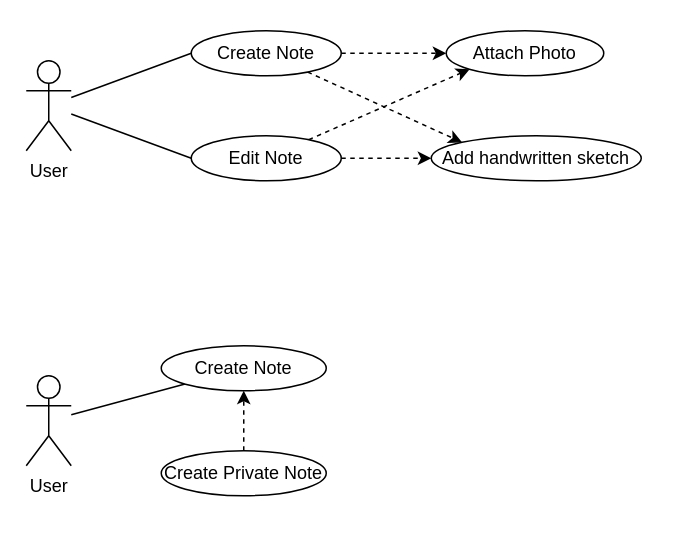
The draw.io diagram general/Use Case Diagram.drawio in SenthilKrishnan/Design, before the edit. Source tidied: cells renumbered, new cells numbered last; positions are measured from the earlier drawing's top-left corner, leaving out a move shared by most shapes. Both pictures are drawn from the tidied source at 150%, with x=0, y=0 at pixel (26, 30).
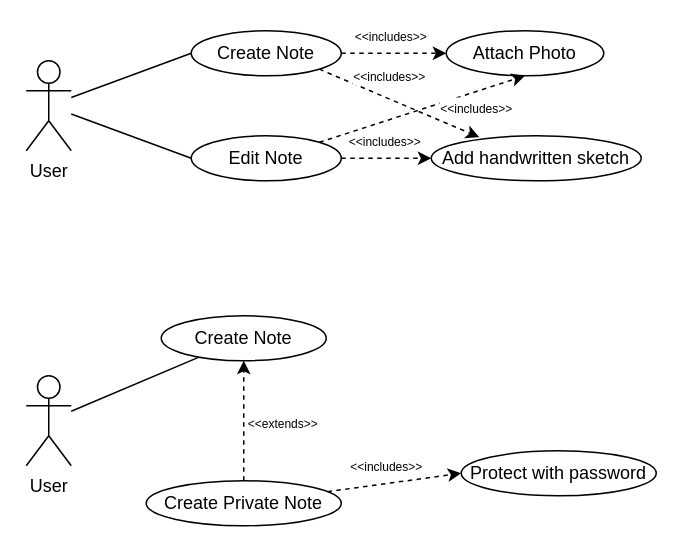
After the change.

Unchanged cells that the change refers to:
```xml
<mxCell id="7" value="Create Note" style="ellipse;whiteSpace=wrap;html=1;" parent="1" vertex="1">
  <mxGeometry x="110" width="100" height="30" as="geometry" />
</mxCell>
<mxCell id="10" value="Edit Note" style="ellipse;whiteSpace=wrap;html=1;" parent="1" vertex="1">
  <mxGeometry x="110" y="70" width="100" height="30" as="geometry" />
</mxCell>
<mxCell id="11" value="Attach Photo" style="ellipse;whiteSpace=wrap;html=1;" parent="1" vertex="1">
  <mxGeometry x="280" width="105" height="30" as="geometry" />
</mxCell>
<mxCell id="12" value="Add handwritten sketch" style="ellipse;whiteSpace=wrap;html=1;" parent="1" vertex="1">
  <mxGeometry x="270" y="70" width="140" height="30" as="geometry" />
</mxCell>
```

Diff of the diagram source:
```diff
@@
-    <mxCell id="5" style="edgeStyle=none;rounded=0;jettySize=auto;html=1;entryX=0;entryY=0;entryDx=0;entryDy=0;dashed=1;" parent="1" edge="1" source="7" target="12">
-      <mxGeometry relative="1" as="geometry" />
-    </mxCell>
-    <mxCell id="6" style="edgeStyle=none;rounded=0;jettySize=auto;html=1;dashed=1;startArrow=none;startFill=0;endArrow=classic;endFill=1;" parent="1" edge="1" source="7" target="11">
-      <mxGeometry relative="1" as="geometry" />
-    </mxCell>
@@
-    <mxCell id="8" style="edgeStyle=none;rounded=0;jettySize=auto;html=1;dashed=1;" parent="1" edge="1" source="10" target="12">
-      <mxGeometry relative="1" as="geometry" />
-    </mxCell>
-    <mxCell id="9" style="edgeStyle=none;rounded=0;jettySize=auto;html=1;entryX=0;entryY=1;entryDx=0;entryDy=0;dashed=1;" parent="1" edge="1" source="10" target="11">
-      <mxGeometry relative="1" as="geometry" />
-    </mxCell>
@@
     <mxCell id="15" value="Create Note" style="ellipse;whiteSpace=wrap;html=1;" parent="1" vertex="1">
-      <mxGeometry x="90" y="210" width="110" height="30" as="geometry" />
+      <mxGeometry x="90" y="190" width="110" height="30" as="geometry" />
     </mxCell>
+    <mxCell id="18" style="edgeStyle=none;rounded=0;jettySize=auto;html=1;entryX=0;entryY=0.5;entryDx=0;entryDy=0;startArrow=none;startFill=0;endArrow=classic;endFill=1;dashed=1;" parent="1" edge="1" source="17" target="20">
+      <mxGeometry relative="1" as="geometry" />
+    </mxCell>
+    <mxCell id="19" value="&lt;font style=&quot;font-size: 8px&quot;&gt;&amp;lt;&amp;lt;includes&amp;gt;&amp;gt;&lt;/font&gt;" style="edgeLabel;html=1;align=center;verticalAlign=middle;" parent="18" vertex="1">
+      <mxGeometry x="-0.26" relative="1" as="geometry">
+        <mxPoint x="6.5" y="-12.8" as="offset" />
+      </mxGeometry>
+    </mxCell>
+    <mxCell id="17" value="Create Private Note" style="ellipse;whiteSpace=wrap;html=1;" parent="1" vertex="1">
+      <mxGeometry x="80" y="300" width="130" height="30" as="geometry" />
+    </mxCell>
+    <mxCell id="20" value="Protect with password" style="ellipse;whiteSpace=wrap;html=1;" parent="1" vertex="1">
+      <mxGeometry x="290" y="280" width="130" height="30" as="geometry" />
+    </mxCell>
+    <mxCell id="6" style="edgeStyle=none;rounded=0;jettySize=auto;html=1;entryX=0;entryY=0.5;entryDx=0;entryDy=0;startArrow=none;startFill=0;endArrow=classic;endFill=1;dashed=1;exitX=1;exitY=0.5;exitDx=0;exitDy=0;" parent="1" edge="1" source="7" target="11">
+      <mxGeometry relative="1" as="geometry" />
+    </mxCell>
+    <mxCell id="21" value="&lt;font style=&quot;font-size: 8px&quot;&gt;&amp;lt;&amp;lt;includes&amp;gt;&amp;gt;&lt;/font&gt;" style="edgeLabel;html=1;align=center;verticalAlign=middle;" parent="6" vertex="1">
+      <mxGeometry x="-0.26" relative="1" as="geometry">
+        <mxPoint x="6.5" y="-12.8" as="offset" />
+      </mxGeometry>
+    </mxCell>
+    <mxCell id="8" style="edgeStyle=none;rounded=0;jettySize=auto;html=1;entryX=0;entryY=0.5;entryDx=0;entryDy=0;startArrow=none;startFill=0;endArrow=classic;endFill=1;dashed=1;exitX=1;exitY=0.5;exitDx=0;exitDy=0;" parent="1" edge="1" source="10" target="12">
+      <mxGeometry relative="1" as="geometry" />
+    </mxCell>
+    <mxCell id="22" value="&lt;font style=&quot;font-size: 8px&quot;&gt;&amp;lt;&amp;lt;includes&amp;gt;&amp;gt;&lt;/font&gt;" style="edgeLabel;html=1;align=center;verticalAlign=middle;" parent="8" vertex="1">
+      <mxGeometry x="-0.26" relative="1" as="geometry">
+        <mxPoint x="6.5" y="-12.8" as="offset" />
+      </mxGeometry>
+    </mxCell>
+    <mxCell id="9" style="edgeStyle=none;rounded=0;jettySize=auto;html=1;entryX=0.5;entryY=1;entryDx=0;entryDy=0;startArrow=none;startFill=0;endArrow=classic;endFill=1;dashed=1;exitX=1;exitY=0;exitDx=0;exitDy=0;" parent="1" edge="1" source="10" target="11">
+      <mxGeometry relative="1" as="geometry" />
+    </mxCell>
+    <mxCell id="23" value="&lt;font style=&quot;font-size: 8px&quot;&gt;&amp;lt;&amp;lt;includes&amp;gt;&amp;gt;&lt;/font&gt;" style="edgeLabel;html=1;align=center;verticalAlign=middle;" parent="9" vertex="1">
+      <mxGeometry x="-0.26" relative="1" as="geometry">
+        <mxPoint x="53.3" y="-7.8" as="offset" />
+      </mxGeometry>
+    </mxCell>
+    <mxCell id="5" style="edgeStyle=none;rounded=0;jettySize=auto;html=1;entryX=0.229;entryY=0.033;entryDx=0;entryDy=0;startArrow=none;startFill=0;endArrow=classic;endFill=1;dashed=1;exitX=1;exitY=1;exitDx=0;exitDy=0;entryPerimeter=0;" parent="1" edge="1" source="7" target="12">
+      <mxGeometry relative="1" as="geometry" />
+    </mxCell>
+    <mxCell id="24" value="&lt;font style=&quot;font-size: 8px&quot;&gt;&amp;lt;&amp;lt;includes&amp;gt;&amp;gt;&lt;/font&gt;" style="edgeLabel;html=1;align=center;verticalAlign=middle;" parent="5" vertex="1">
+      <mxGeometry x="-0.26" relative="1" as="geometry">
+        <mxPoint x="6.5" y="-12.8" as="offset" />
+      </mxGeometry>
+    </mxCell>
-    <mxCell id="16" style="edgeStyle=none;rounded=0;jettySize=auto;html=1;dashed=1;startArrow=none;startFill=0;endArrow=classic;endFill=1;" parent="1" edge="1" source="17" target="15">
+    <mxCell id="16" style="edgeStyle=none;rounded=0;jettySize=auto;html=1;entryX=0.5;entryY=1;entryDx=0;entryDy=0;startArrow=none;startFill=0;endArrow=classic;endFill=1;dashed=1;exitX=0.5;exitY=0;exitDx=0;exitDy=0;" parent="1" edge="1" source="17" target="15">
       <mxGeometry relative="1" as="geometry" />
     </mxCell>
-    <mxCell id="17" value="Create Private Note" style="ellipse;whiteSpace=wrap;html=1;" parent="1" vertex="1">
-      <mxGeometry x="90" y="280" width="110" height="30" as="geometry" />
-    </mxCell>
+    <mxCell id="25" value="&lt;font style=&quot;font-size: 8px&quot;&gt;&amp;lt;&amp;lt;extends&amp;gt;&amp;gt;&lt;/font&gt;" style="edgeLabel;html=1;align=center;verticalAlign=middle;" parent="16" vertex="1">
+      <mxGeometry x="-0.26" relative="1" as="geometry">
+        <mxPoint x="25" y="-10" as="offset" />
+      </mxGeometry>
+    </mxCell>
```
